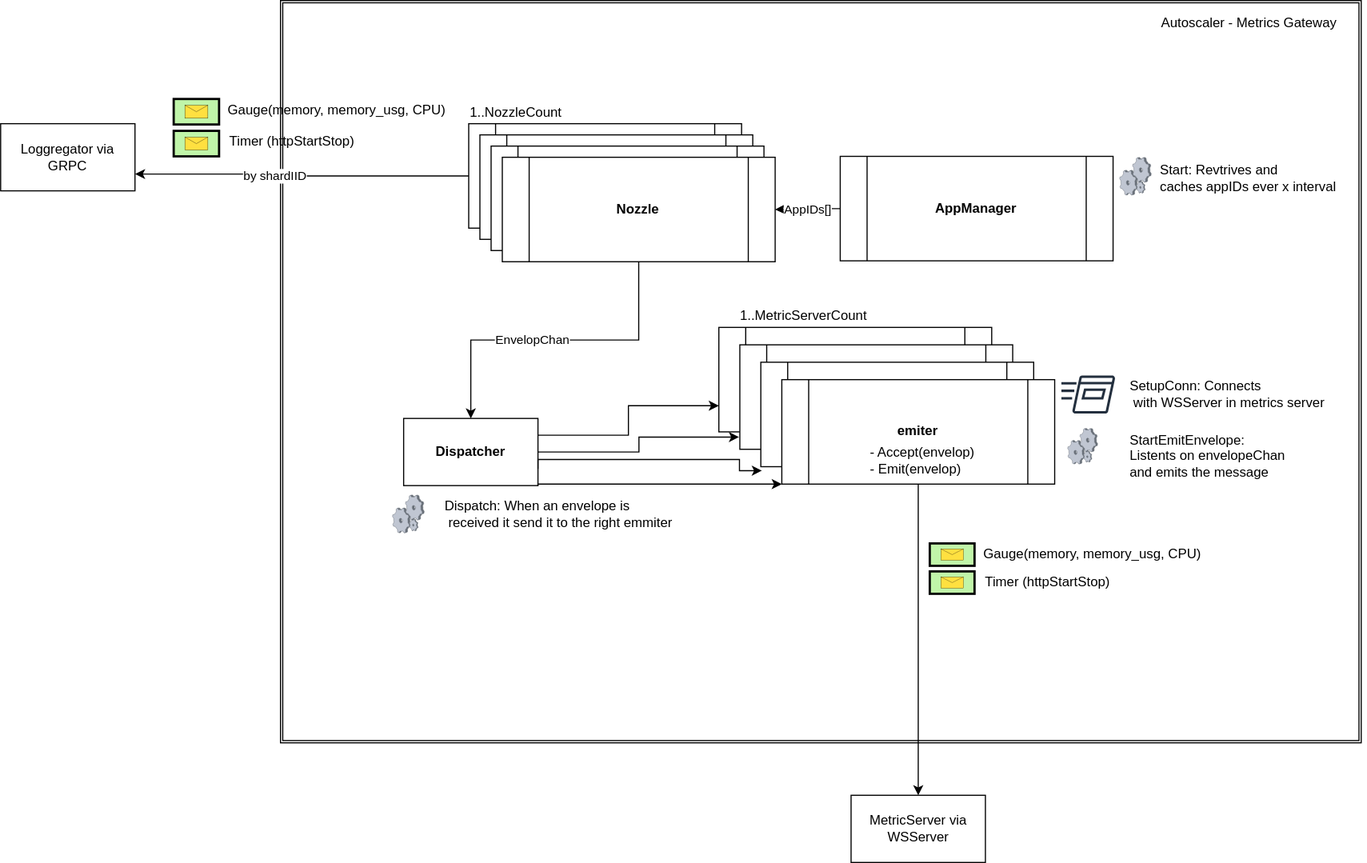
Earlier version of the draw.io export docs/metrics_gateway.svg (cloudfoundry/app-autoscaler-release). Source tidied: cells renumbered, new cells last; positions are measured from the earlier drawing's top-left corner, leaving out a move shared by most shapes.
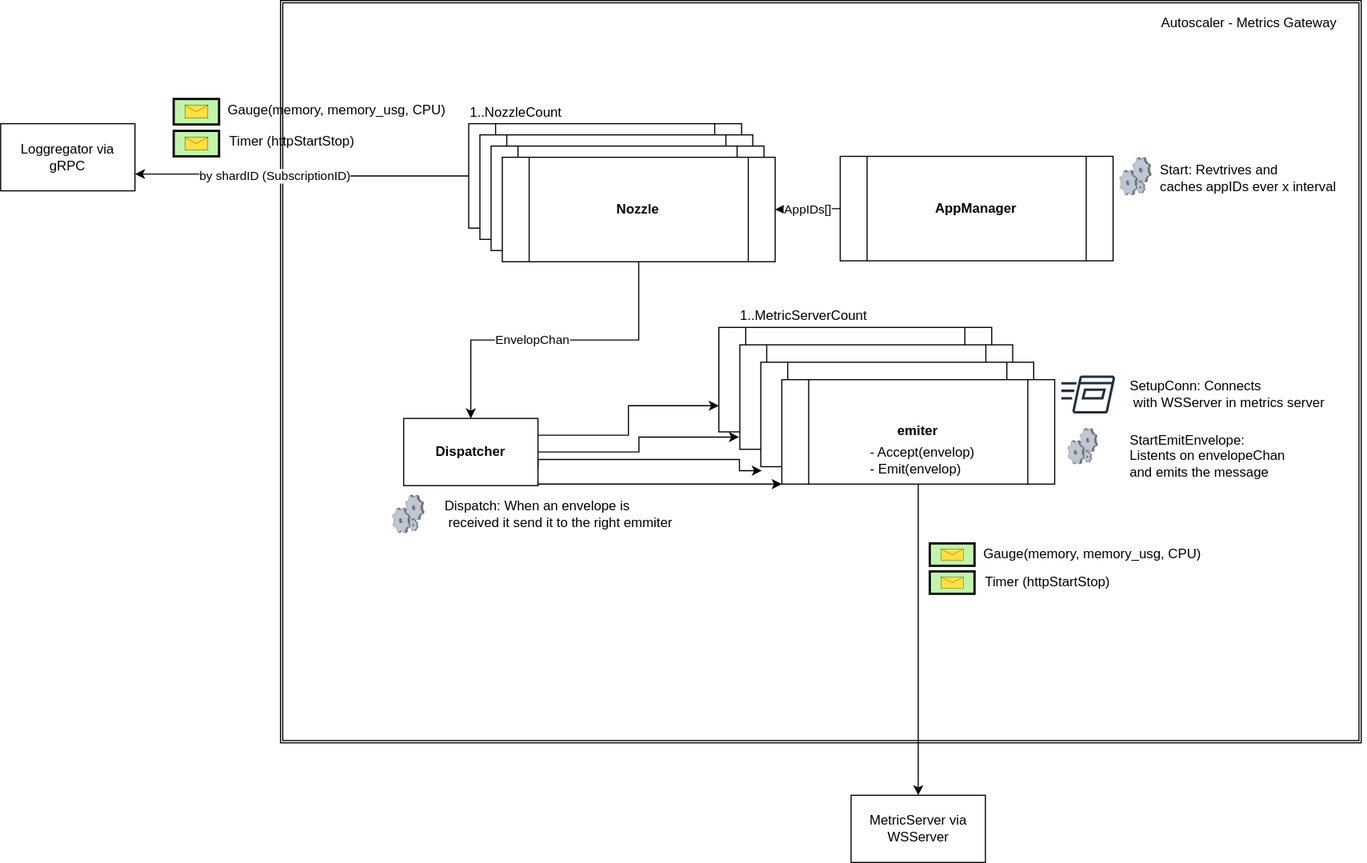
After the commit.

Diff of the diagram source:
```diff
@@ -155,13 +155,13 @@
     <mxCell id="48" value="Timer (httpStartStop)&lt;br&gt;" style="text;html=1;align=center;verticalAlign=middle;strokeColor=none;fillColor=none;" parent="44" vertex="1">
       <mxGeometry x="40" y="50" width="130" height="20" as="geometry" />
     </mxCell>
-    <mxCell id="49" value="Loggregator via GRPC" style="rounded=0;whiteSpace=wrap;html=1;" parent="1" vertex="1">
+    <mxCell id="49" value="Loggregator via gRPC" style="rounded=0;whiteSpace=wrap;html=1;" parent="1" vertex="1">
       <mxGeometry y="110" width="120" height="60" as="geometry" />
     </mxCell>
     <mxCell id="50" style="edgeStyle=orthogonalEdgeStyle;rounded=0;jettySize=auto;html=1;entryX=1;entryY=0.75;entryDx=0;entryDy=0;" parent="1" edge="1" source="36" target="49">
       <mxGeometry relative="1" as="geometry" />
     </mxCell>
-    <mxCell id="51" value="by shardIID" style="edgeLabel;html=1;align=center;verticalAlign=middle;" parent="50" vertex="1">
+    <mxCell id="51" value="by shardID (SubscriptionID)" style="edgeLabel;html=1;align=center;verticalAlign=middle;" parent="50" vertex="1">
       <mxGeometry x="0.17" y="1" relative="1" as="geometry" />
     </mxCell>
     <mxCell id="52" style="edgeStyle=orthogonalEdgeStyle;rounded=0;jettySize=auto;html=1;exitX=0.5;exitY=1;exitDx=0;exitDy=0;entryX=0.5;entryY=0;entryDx=0;entryDy=0;" parent="1" edge="1" source="32" target="2">
```
